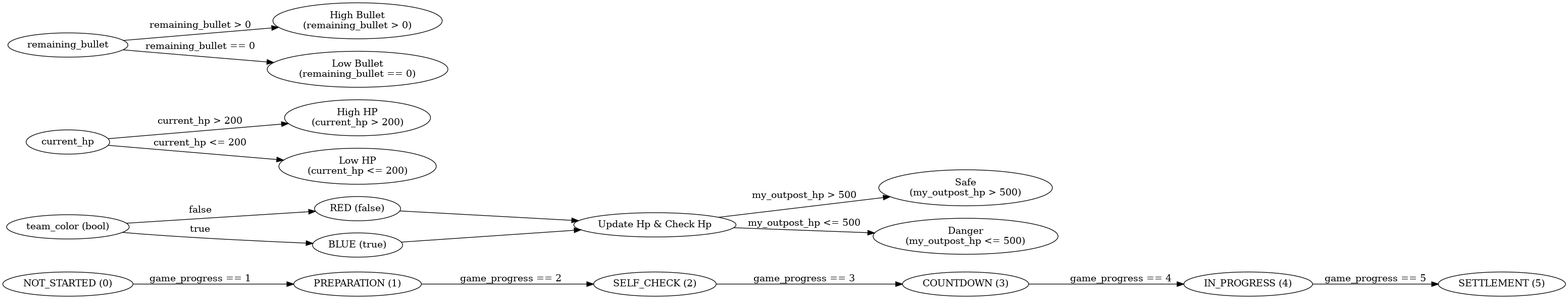
Earlier version of the Graphviz export sentry_FSM.png (Birdiebot2024/rm_sentry_FSM). Its source is kept beside it as sentry_FSM.dot.
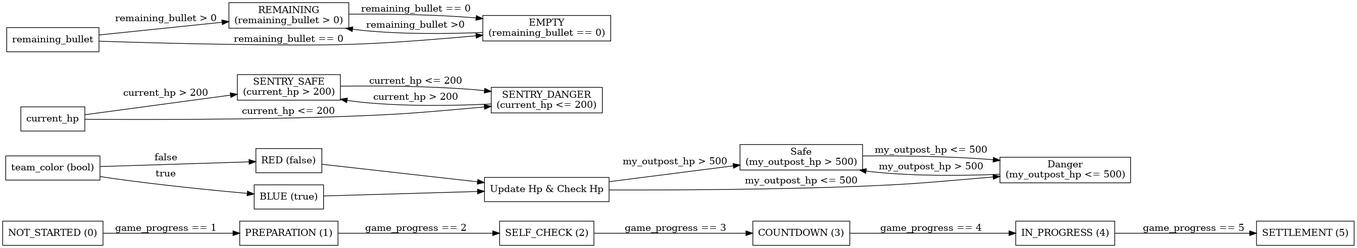
After the commit.

Change to the diagram source:
```diff
@@ -5,6 +5,8 @@
         label = "GameStateMachine";
         style=filled;
         color=lightgrey;
+
+        node [shape=box];
 
         NOT_STARTED -> PREPARATION [label="game_progress == 1"];
         PREPARATION -> SELF_CHECK [label="game_progress == 2"];
@@ -25,6 +27,8 @@
         style=filled;
         color=lightyellow;
 
+        node [shape=box];
+
         team_color [label="team_color (bool)"];
         RED [label="RED (false)"];
         BLUE [label="BLUE (true)"];
@@ -37,6 +41,8 @@
         BLUE -> "Update Hp & Check Hp";
         "Update Hp & Check Hp" -> Safe [label="my_outpost_hp > 500"];
         "Update Hp & Check Hp" -> Danger [label="my_outpost_hp <= 500"];
+        Safe -> Danger [label="my_outpost_hp <= 500"];
+        Danger -> Safe [label="my_outpost_hp > 500"];
     }
 
     subgraph robot_status_state_machine {
@@ -44,17 +50,24 @@
         style=filled;
         color=lightblue;
 
+        node [shape=box];
+
         current_hp [label="current_hp"];
         remaining_bullet [label="remaining_bullet"];
 
-        high_hp [label="High HP\n(current_hp > 200)"];
-        low_hp [label="Low HP\n(current_hp <= 200)"];
-        high_bullet [label="High Bullet\n(remaining_bullet > 0)"];
-        low_bullet [label="Low Bullet\n(remaining_bullet == 0)"];
+        SENTRY_SAFE [label="SENTRY_SAFE\n(current_hp > 200)"];
+        SENTRY_DANGER [label="SENTRY_DANGER\n(current_hp <= 200)"];
+        REMAINING [label="REMAINING\n(remaining_bullet > 0)"];
+        EMPTY [label="EMPTY\n(remaining_bullet == 0)"];
 
-        current_hp -> high_hp [label="current_hp > 200"];
-        current_hp -> low_hp [label="current_hp <= 200"];
-        remaining_bullet -> high_bullet [label="remaining_bullet > 0"];
-        remaining_bullet -> low_bullet [label="remaining_bullet == 0"];
+        current_hp -> SENTRY_SAFE [label="current_hp > 200"];
+        current_hp -> SENTRY_DANGER [label="current_hp <= 200"];
+        SENTRY_SAFE -> SENTRY_DANGER [label="current_hp <= 200"];
+        SENTRY_DANGER -> SENTRY_SAFE [label="current_hp > 200"];
+
+        remaining_bullet -> REMAINING [label="remaining_bullet > 0"];
+        remaining_bullet -> EMPTY [label="remaining_bullet == 0"];
+        REMAINING -> EMPTY [label="remaining_bullet == 0"];
+        EMPTY -> REMAINING [label="remaining_bullet >0"];
     }
 }
```
